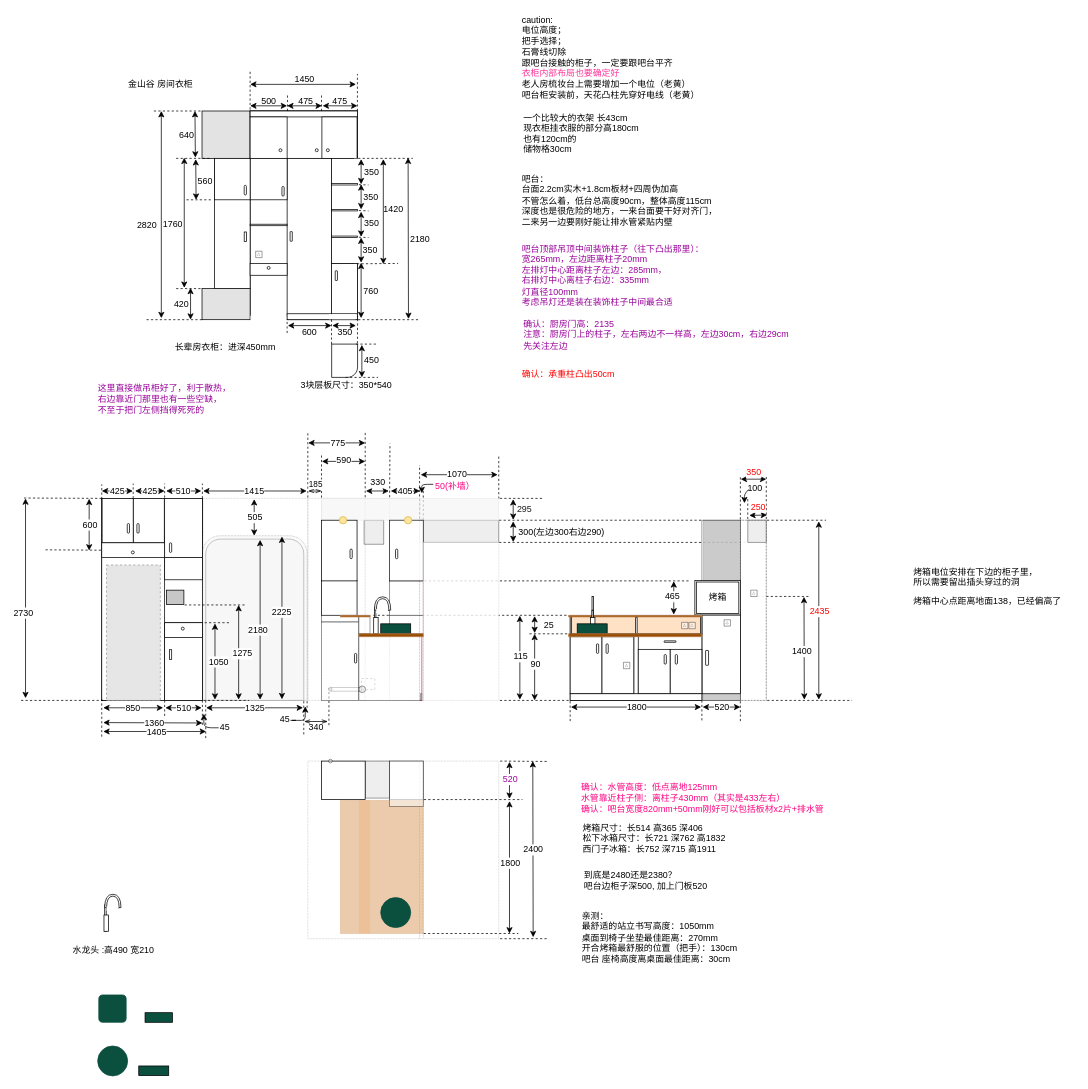
Before: page "Page-1" (1 of 2) of result/装修图07170617.drawio in Soffiaa/getTitles, a draw.io diagram. Source tidied: cells renumbered, new cells numbered last; positions are measured from the earlier drawing's top-left corner, leaving out a move shared by most shapes. Both pictures are drawn from the tidied source at 74%, with x=0, y=0 at pixel (21, 13). Pictures stored in the file or linked from it are replaced by grey dashed boxes.
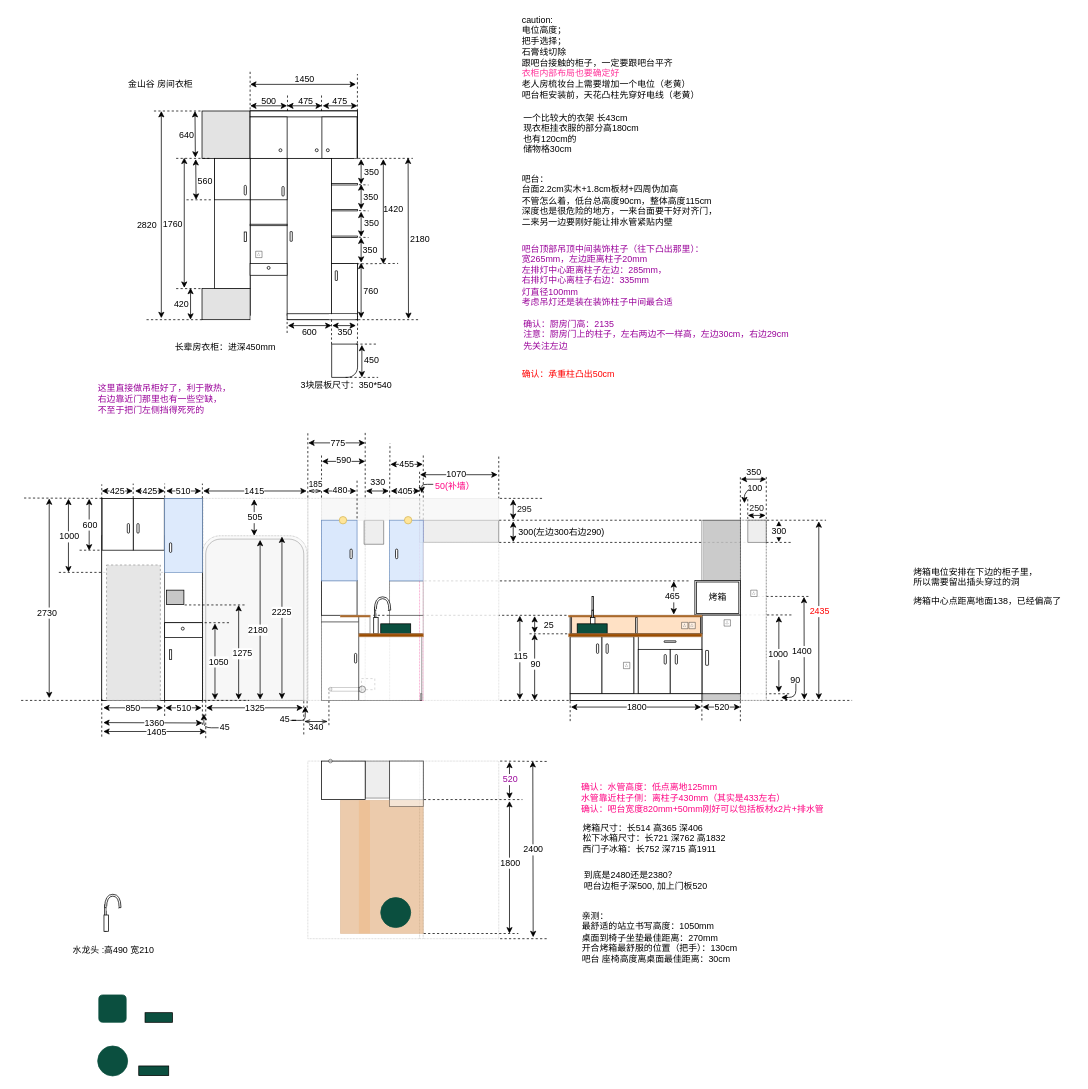
The same page after the edit.

Unchanged cells that the change refers to:
```xml
<mxCell id="187" style="endArrow=classic;startArrow=classic;html=1;" parent="1" edge="1">
  <mxGeometry relative="1" as="geometry">
    <mxPoint x="972.5" y="630" as="sourcePoint" />
    <mxPoint x="1007" y="630" as="targetPoint" />
  </mxGeometry>
</mxCell>
```

Diff of the diagram source:
```diff
@@
+    <mxCell id="415" style="endArrow=none;dashed=1;html=1;" parent="1" edge="1">
+      <mxGeometry relative="1" as="geometry">
+        <mxPoint x="969" y="920" as="sourcePoint" />
+        <mxPoint x="1039" y="920" as="targetPoint" />
+      </mxGeometry>
+    </mxCell>
+    <mxCell id="416" style="endArrow=none;dashed=1;html=1;" parent="1" edge="1">
+      <mxGeometry relative="1" as="geometry">
+        <mxPoint x="972" y="813.5" as="sourcePoint" />
+        <mxPoint x="1042" y="813.5" as="targetPoint" />
+      </mxGeometry>
+    </mxCell>
+    <mxCell id="417" style="endArrow=none;dashed=1;html=1;" parent="1" edge="1">
+      <mxGeometry relative="1" as="geometry">
+        <mxPoint x="51" y="756" as="sourcePoint" />
+        <mxPoint x="193.5" y="756" as="targetPoint" />
+      </mxGeometry>
+    </mxCell>
@@
-    <mxCell id="18" style="rounded=0;whiteSpace=wrap;html=1;absoluteArcSize=0;backgroundOutline=0;strokeColor=#000000;perimeterSpacing=0;" parent="1" vertex="1">
+    <mxCell id="18" style="rounded=0;whiteSpace=wrap;html=1;absoluteArcSize=0;backgroundOutline=0;strokeColor=#000000;perimeterSpacing=0;opacity=80;" parent="1" vertex="1">
       <mxGeometry x="109" y="706.5" width="85" height="222.5" as="geometry" />
     </mxCell>
@@
-    <mxCell id="116" style="rounded=0;whiteSpace=wrap;html=1;" parent="1" vertex="1">
-      <mxGeometry x="109" y="656" width="136" height="50.5" as="geometry" />
-    </mxCell>
@@
     <mxCell id="154" style="endArrow=none;dashed=1;html=1;" parent="1" edge="1">
       <mxGeometry relative="1" as="geometry">
-        <mxPoint x="538.5" y="683.5" as="sourcePoint" />
-        <mxPoint x="538.5" y="611" as="targetPoint" />
+        <mxPoint x="538.5" y="683" as="sourcePoint" />
+        <mxPoint x="538.5" y="620" as="targetPoint" />
       </mxGeometry>
     </mxCell>
@@
     <mxCell id="167" style="endArrow=classic;startArrow=classic;html=1;" parent="1" edge="1">
       <mxGeometry relative="1" as="geometry">
-        <mxPoint x="540" y="624" as="sourcePoint" />
+        <mxPoint x="539" y="624" as="sourcePoint" />
         <mxPoint x="644" y="624" as="targetPoint" />
       </mxGeometry>
     </mxCell>
@@
     <mxCell id="171" style="endArrow=none;dashed=1;html=1;" parent="1" edge="1">
       <mxGeometry relative="1" as="geometry">
         <mxPoint x="543.5" y="685" as="sourcePoint" />
-        <mxPoint x="543.5" y="646" as="targetPoint" />
+        <mxPoint x="543.5" y="596" as="targetPoint" />
       </mxGeometry>
     </mxCell>
@@
     <mxCell id="184" style="endArrow=classic;startArrow=classic;html=1;" parent="1" edge="1">
       <mxGeometry relative="1" as="geometry">
-        <mxPoint x="984" y="679" as="sourcePoint" />
-        <mxPoint x="1008.1" y="678.5" as="targetPoint" />
+        <mxPoint x="982" y="679" as="sourcePoint" />
+        <mxPoint x="1006.1" y="679" as="targetPoint" />
       </mxGeometry>
     </mxCell>
-    <mxCell id="185" value="250" style="text;html=1;align=center;verticalAlign=middle;labelBackgroundColor=#ffffff;fontColor=#FF0000;" parent="184" vertex="1">
+    <mxCell id="185" value="250" style="text;html=1;align=center;verticalAlign=middle;labelBackgroundColor=#ffffff;fontColor=#1A1A1A;" parent="184" vertex="1">
       <mxGeometry x="-0.33" y="-4" relative="1" as="geometry">
         <mxPoint x="3.5" y="-15" as="offset" />
       </mxGeometry>
     </mxCell>
@@
-    <mxCell id="188" value="350" style="text;html=1;align=center;verticalAlign=middle;labelBackgroundColor=#ffffff;fontColor=#FF0000;" parent="187" vertex="1">
+    <mxCell id="188" value="350" style="text;html=1;align=center;verticalAlign=middle;labelBackgroundColor=#ffffff;fontColor=#000000;" parent="187" vertex="1">
       <mxGeometry x="-0.33" y="-4" relative="1" as="geometry">
         <mxPoint x="5" y="-14" as="offset" />
       </mxGeometry>
     </mxCell>
@@
     <mxCell id="285" style="endArrow=classic;startArrow=classic;html=1;" parent="1" edge="1">
       <mxGeometry relative="1" as="geometry">
-        <mxPoint x="6" y="926" as="sourcePoint" />
-        <mxPoint x="6" y="656" as="targetPoint" />
+        <mxPoint x="38" y="926" as="sourcePoint" />
+        <mxPoint x="38" y="656" as="targetPoint" />
       </mxGeometry>
     </mxCell>
@@
-    <mxCell id="307" style="rounded=0;whiteSpace=wrap;html=1;opacity=90;" parent="1" vertex="1">
+    <mxCell id="307" style="rounded=0;whiteSpace=wrap;html=1;opacity=90;fillColor=#dae8fc;strokeColor=#6c8ebf;" parent="1" vertex="1">
       <mxGeometry x="498" y="685.5" width="45.5" height="82" as="geometry" />
     </mxCell>
@@
-    <mxCell id="310" style="rounded=0;whiteSpace=wrap;html=1;" parent="1" vertex="1">
+    <mxCell id="310" style="rounded=0;whiteSpace=wrap;html=1;fillColor=#dae8fc;strokeColor=#6c8ebf;" parent="1" vertex="1">
       <mxGeometry x="406" y="685.5" width="48" height="82" as="geometry" />
     </mxCell>
@@
     <mxCell id="399" style="rounded=0;whiteSpace=wrap;html=1;" parent="1" vertex="1">
-      <mxGeometry x="151.5" y="656" width="42" height="60" as="geometry" />
+      <mxGeometry x="151.5" y="656" width="42" height="70" as="geometry" />
     </mxCell>
@@
-    <mxCell id="401" style="rounded=0;whiteSpace=wrap;html=1;" parent="1" vertex="1">
-      <mxGeometry x="194" y="736" width="51" height="30" as="geometry" />
-    </mxCell>
@@
-    <mxCell id="403" style="rounded=0;whiteSpace=wrap;html=1;" parent="1" vertex="1">
-      <mxGeometry x="194" y="656" width="51" height="80" as="geometry" />
+    <mxCell id="403" style="rounded=0;whiteSpace=wrap;html=1;fillColor=#dae8fc;strokeColor=#6c8ebf;opacity=90;" parent="1" vertex="1">
+      <mxGeometry x="194" y="656" width="51" height="100" as="geometry" />
     </mxCell>
@@
     <mxCell id="405" style="rounded=0;whiteSpace=wrap;html=1;" parent="1" vertex="1">
-      <mxGeometry x="109.5" y="656" width="42" height="60" as="geometry" />
+      <mxGeometry x="109.5" y="656" width="42" height="70" as="geometry" />
     </mxCell>
@@
     <mxCell id="407" style="endArrow=none;dashed=1;html=1;" parent="1" edge="1">
       <mxGeometry relative="1" as="geometry">
-        <mxPoint x="33" y="725.5" as="sourcePoint" />
+        <mxPoint x="79" y="726" as="sourcePoint" />
         <mxPoint x="108" y="726" as="targetPoint" />
       </mxGeometry>
     </mxCell>
@@
-    <mxCell id="413" style="rounded=0;whiteSpace=wrap;html=1;" parent="1" vertex="1">
-      <mxGeometry x="109" y="716" width="85" height="20" as="geometry" />
-    </mxCell>
-    <mxCell id="414" style="ellipse;whiteSpace=wrap;html=1;rounded=0;fillColor=#FFFFFF;" parent="1" vertex="1">
-      <mxGeometry x="149" y="727" width="4" height="4" as="geometry" />
-    </mxCell>
+    <mxCell id="418" style="endArrow=none;dashed=1;html=1;" parent="1" edge="1">
+      <mxGeometry relative="1" as="geometry">
+        <mxPoint x="454" y="683" as="sourcePoint" />
+        <mxPoint x="454" y="630" as="targetPoint" />
+      </mxGeometry>
+    </mxCell>
+    <mxCell id="419" style="endArrow=classic;startArrow=classic;html=1;" parent="1" edge="1">
+      <mxGeometry relative="1" as="geometry">
+        <mxPoint x="407.5" y="646" as="sourcePoint" />
+        <mxPoint x="453" y="646" as="targetPoint" />
+      </mxGeometry>
+    </mxCell>
+    <mxCell id="420" value="&lt;font color=&quot;#000000&quot;&gt;480&lt;/font&gt;" style="text;html=1;align=center;verticalAlign=middle;labelBackgroundColor=#ffffff;fontColor=#990099;" parent="419" vertex="1">
+      <mxGeometry x="-0.33" y="-4" relative="1" as="geometry">
+        <mxPoint x="8" y="-6" as="offset" />
+      </mxGeometry>
+    </mxCell>
+    <mxCell id="421" style="endArrow=classic;startArrow=classic;html=1;" parent="1" edge="1">
+      <mxGeometry relative="1" as="geometry">
+        <mxPoint x="499" y="610" as="sourcePoint" />
+        <mxPoint x="543" y="610" as="targetPoint" />
+      </mxGeometry>
+    </mxCell>
+    <mxCell id="422" value="455" style="text;html=1;align=center;verticalAlign=middle;labelBackgroundColor=#ffffff;" parent="421" vertex="1">
+      <mxGeometry x="-0.33" y="-4" relative="1" as="geometry">
+        <mxPoint x="6" y="-5" as="offset" />
+      </mxGeometry>
+    </mxCell>
+    <mxCell id="423" style="endArrow=classic;startArrow=classic;html=1;" parent="1" edge="1">
+      <mxGeometry relative="1" as="geometry">
+        <mxPoint x="64" y="756" as="sourcePoint" />
+        <mxPoint x="64" y="656.5" as="targetPoint" />
+      </mxGeometry>
+    </mxCell>
+    <mxCell id="424" value="1000" style="text;html=1;align=center;verticalAlign=middle;labelBackgroundColor=#ffffff;fontColor=#000000;" parent="423" vertex="1">
+      <mxGeometry x="-0.03" y="1" relative="1" as="geometry">
+        <mxPoint x="1" y="-1" as="offset" />
+      </mxGeometry>
+    </mxCell>
+    <mxCell id="425" style="endArrow=none;dashed=1;html=1;" parent="1" edge="1">
+      <mxGeometry relative="1" as="geometry">
+        <mxPoint x="1007" y="715.5" as="sourcePoint" />
+        <mxPoint x="1041" y="715.5" as="targetPoint" />
+      </mxGeometry>
+    </mxCell>
+    <mxCell id="426" style="endArrow=classic;startArrow=classic;html=1;" parent="1" edge="1">
+      <mxGeometry relative="1" as="geometry">
+        <mxPoint x="1024" y="715" as="sourcePoint" />
+        <mxPoint x="1024" y="686.5" as="targetPoint" />
+      </mxGeometry>
+    </mxCell>
+    <mxCell id="427" value="300" style="text;html=1;align=center;verticalAlign=middle;labelBackgroundColor=#ffffff;fontColor=#000000;" parent="426" vertex="1">
+      <mxGeometry x="0.14" y="2" relative="1" as="geometry">
+        <mxPoint x="1" y="1" as="offset" />
+      </mxGeometry>
+    </mxCell>
+    <mxCell id="428" style="endArrow=classic;startArrow=classic;html=1;" parent="1" edge="1">
+      <mxGeometry relative="1" as="geometry">
+        <mxPoint x="1024" y="918" as="sourcePoint" />
+        <mxPoint x="1024" y="815" as="targetPoint" />
+      </mxGeometry>
+    </mxCell>
+    <mxCell id="429" value="1000" style="text;html=1;align=center;verticalAlign=middle;labelBackgroundColor=#ffffff;" parent="428" vertex="1">
+      <mxGeometry x="-0.23" y="1" relative="1" as="geometry">
+        <mxPoint x="-1" y="-12" as="offset" />
+      </mxGeometry>
+    </mxCell>
+    <mxCell id="430" style="endArrow=classic;html=1;" parent="1" edge="1">
+      <mxGeometry relative="1" as="geometry">
+        <mxPoint x="1047" y="906" as="sourcePoint" />
+        <mxPoint x="1027" y="925" as="targetPoint" />
+        <Array as="points">
+          <mxPoint x="1047" y="925" />
+          <mxPoint x="1027" y="925" />
+          <mxPoint x="1037" y="925" />
+        </Array>
+      </mxGeometry>
+    </mxCell>
+    <mxCell id="431" value="90" style="text;html=1;align=left;verticalAlign=top;spacingTop=-4;fontColor=#000000;" parent="1" vertex="1">
+      <mxGeometry x="1038" y="892" width="30" height="20" as="geometry" />
+    </mxCell>
```
